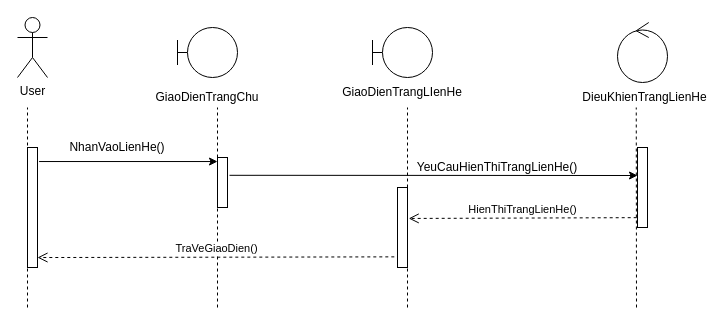
Before: Sequence/XemTrangLienHeNPP.drawio in hoangminh15/PTTKHT, a draw.io diagram. Source tidied: cells renumbered, new cells numbered last; positions are measured from the earlier drawing's top-left corner, leaving out a move shared by most shapes. Both pictures are drawn from the tidied source at 100%, with x=0, y=0 at pixel (17, 17).
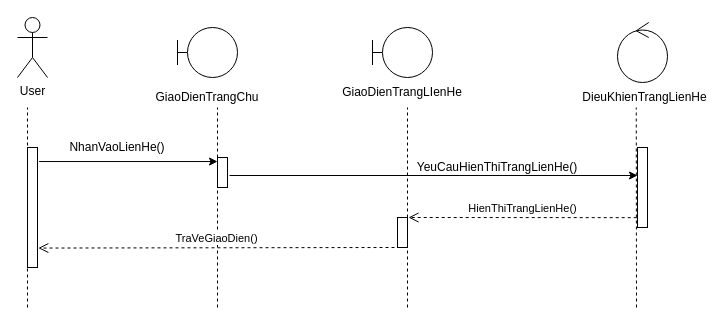
After the change.

Unchanged cells that the change refers to:
```xml
<mxCell id="14" style="html=1;points=[];perimeter=orthogonalPerimeter;" parent="1" vertex="1">
  <mxGeometry x="620" y="130" width="10" height="80" as="geometry" />
</mxCell>
<mxCell id="15" style="html=1;points=[];perimeter=orthogonalPerimeter;" parent="1" vertex="1">
  <mxGeometry x="10" y="130" width="10" height="120" as="geometry" />
</mxCell>
```

Diff of the diagram source:
```diff
@@
     <mxCell id="13" style="html=1;points=[];perimeter=orthogonalPerimeter;" parent="1" vertex="1">
-      <mxGeometry x="380" y="170" width="10" height="80" as="geometry" />
+      <mxGeometry x="380" y="200" width="10" height="30" as="geometry" />
     </mxCell>
@@
     <mxCell id="16" style="html=1;points=[];perimeter=orthogonalPerimeter;" parent="1" vertex="1">
-      <mxGeometry x="200" y="140" width="10" height="50" as="geometry" />
+      <mxGeometry x="200" y="140" width="10" height="30" as="geometry" />
     </mxCell>
@@
-    <mxCell id="19" style="endArrow=classic;html=1;exitX=1.2;exitY=0.356;exitDx=0;exitDy=0;exitPerimeter=0;" parent="1" edge="1" source="16">
+    <mxCell id="19" style="endArrow=classic;html=1;" parent="1" edge="1">
       <mxGeometry relative="1" as="geometry">
+        <mxPoint x="212" y="158" as="sourcePoint" />
         <mxPoint x="620" y="158" as="targetPoint" />
       </mxGeometry>
     </mxCell>
@@
-    <mxCell id="21" value="HienThiTrangLienHe()" style="html=1;verticalAlign=bottom;endArrow=open;dashed=1;endSize=8;exitX=-0.08;exitY=0.877;exitDx=0;exitDy=0;exitPerimeter=0;entryX=1.12;entryY=0.387;entryDx=0;entryDy=0;entryPerimeter=0;" parent="1" edge="1" source="14" target="13">
-      <mxGeometry relative="1" as="geometry" />
+    <mxCell id="21" value="HienThiTrangLienHe()" style="html=1;verticalAlign=bottom;endArrow=open;dashed=1;endSize=8;exitX=-0.08;exitY=0.877;exitDx=0;exitDy=0;exitPerimeter=0;" parent="1" edge="1" source="14">
+      <mxGeometry relative="1" as="geometry">
+        <mxPoint x="391" y="200" as="targetPoint" />
+      </mxGeometry>
     </mxCell>
-    <mxCell id="22" value="TraVeGiaoDien()" style="html=1;verticalAlign=bottom;endArrow=open;dashed=1;endSize=8;entryX=1;entryY=0.917;entryDx=0;entryDy=0;entryPerimeter=0;exitX=-0.32;exitY=0.867;exitDx=0;exitDy=0;exitPerimeter=0;" parent="1" edge="1" source="13" target="15">
-      <mxGeometry relative="1" as="geometry" />
+    <mxCell id="22" value="TraVeGiaoDien()" style="html=1;verticalAlign=bottom;endArrow=open;dashed=1;endSize=8;entryX=1.08;entryY=0.838;entryDx=0;entryDy=0;entryPerimeter=0;" parent="1" edge="1" target="15">
+      <mxGeometry relative="1" as="geometry">
+        <mxPoint x="377" y="230" as="sourcePoint" />
+      </mxGeometry>
     </mxCell>
```
